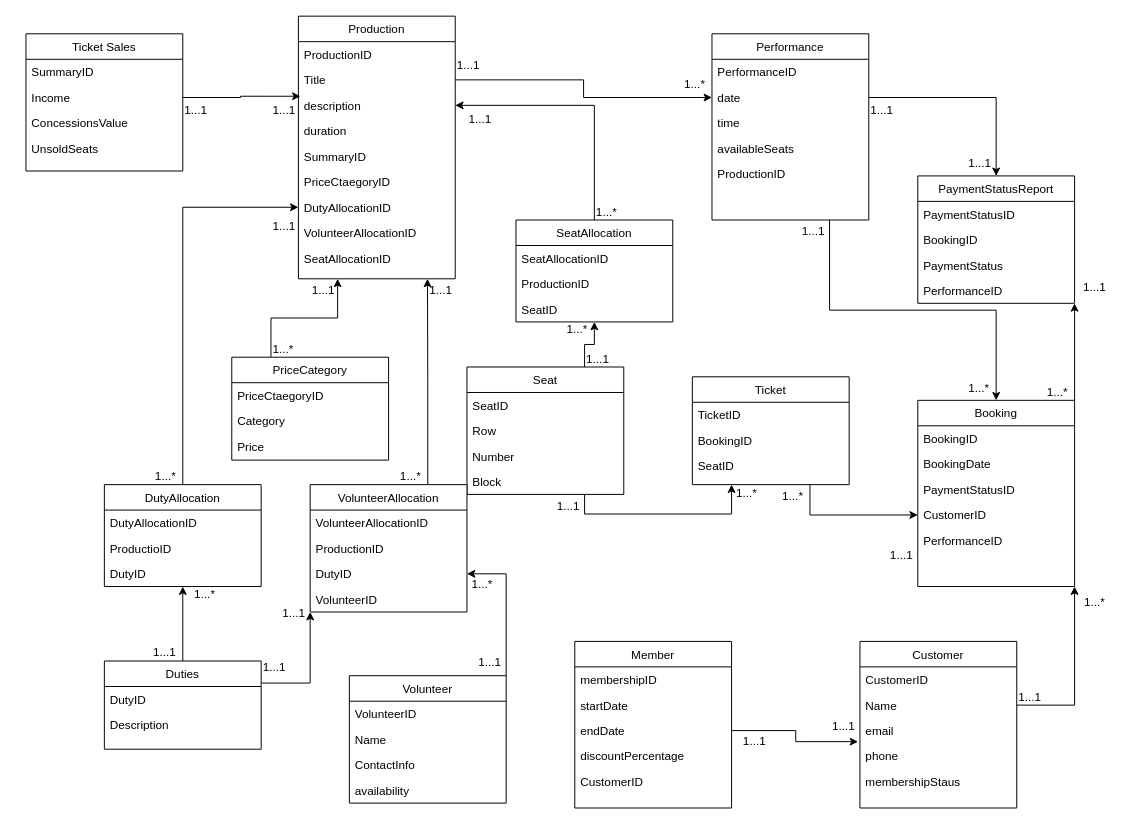
Above: Untitled Diagram.drawio in iamheetp/ecomstore (draw.io), before the change. Source tidied: cells renumbered, new cells numbered last; positions are measured from the earlier drawing's top-left corner, leaving out a move shared by most shapes. Both pictures are drawn from the tidied source at 98%, with x=0, y=0 at pixel (25, 16).
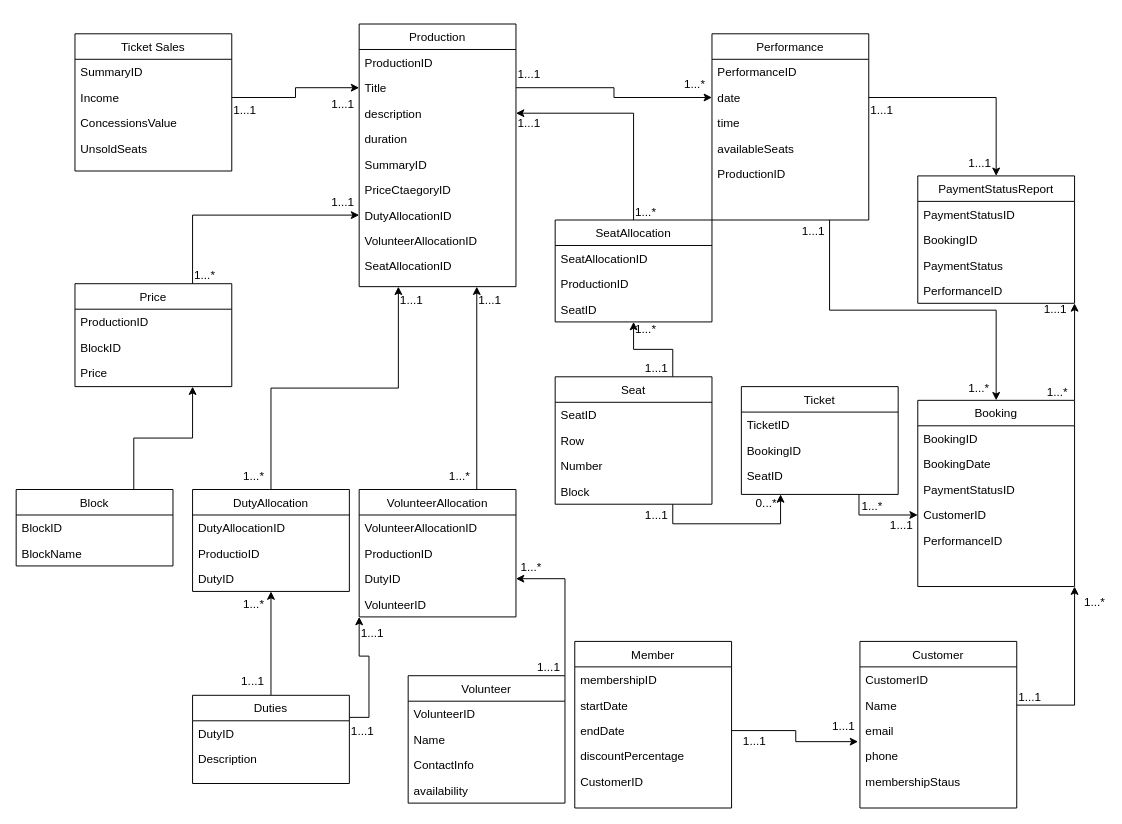
Above is the later version.

The change refers to these unchanged cells:
```xml
<mxCell id="24" value="Title" style="text;align=left;verticalAlign=top;spacingLeft=4;spacingRight=4;overflow=hidden;points=[[0,0.5],[1,0.5]];portConstraint=eastwest;rounded=0;shadow=0;html=0;" parent="22" vertex="1">
  <mxGeometry y="52" width="160" height="26" as="geometry" />
</mxCell>
<mxCell id="25" value="description" style="text;align=left;verticalAlign=top;spacingLeft=4;spacingRight=4;overflow=hidden;points=[[0,0.5],[1,0.5]];portConstraint=eastwest;rounded=0;shadow=0;html=0;" parent="22" vertex="1">
  <mxGeometry y="78" width="160" height="26" as="geometry" />
</mxCell>
<mxCell id="29" value="DutyAllocationID" style="text;align=left;verticalAlign=top;spacingLeft=4;spacingRight=4;overflow=hidden;points=[[0,0.5],[1,0.5]];portConstraint=eastwest;rounded=0;shadow=0;html=0;" parent="22" vertex="1">
  <mxGeometry y="182" width="160" height="26" as="geometry" />
</mxCell>
<mxCell id="51" value="Income" style="text;align=left;verticalAlign=top;spacingLeft=4;spacingRight=4;overflow=hidden;points=[[0,0.5],[1,0.5]];portConstraint=eastwest;rounded=0;shadow=0;html=0;" parent="49" vertex="1">
  <mxGeometry y="52" width="160" height="26" as="geometry" />
</mxCell>
```

Change to the diagram source:
```diff
@@
     <mxCell id="4" value="Seat" style="swimlane;fontStyle=0;align=center;verticalAlign=top;horizontal=1;startSize=26;rounded=0;shadow=0;strokeWidth=1;" parent="1" vertex="1">
-      <mxGeometry x="450" y="358" width="160" height="130" as="geometry" />
+      <mxGeometry x="540" y="368" width="160" height="130" as="geometry" />
     </mxCell>
@@
     <mxCell id="10" value="Volunteer" style="swimlane;fontStyle=0;align=center;verticalAlign=top;horizontal=1;startSize=26;rounded=0;shadow=0;strokeWidth=1;" parent="1" vertex="1">
-      <mxGeometry x="330" y="673" width="160" height="130" as="geometry" />
+      <mxGeometry x="390" y="673" width="160" height="130" as="geometry" />
     </mxCell>
@@
     <mxCell id="22" value="Production" style="swimlane;fontStyle=0;align=center;verticalAlign=top;horizontal=1;startSize=26;rounded=0;shadow=0;strokeWidth=1;" parent="1" vertex="1">
-      <mxGeometry x="278" width="160" height="268" as="geometry" />
+      <mxGeometry x="340" y="8" width="160" height="268" as="geometry" />
     </mxCell>
@@
     <mxCell id="40" value="1...1" style="align=left;verticalAlign=bottom;labelBackgroundColor=none;fontSize=12;" parent="1" vertex="1">
-      <mxGeometry x="438" y="58" as="geometry" />
+      <mxGeometry x="500" y="68" as="geometry" />
     </mxCell>
@@
     <mxCell id="46" value="Duties" style="swimlane;fontStyle=0;align=center;verticalAlign=top;horizontal=1;startSize=26;rounded=0;shadow=0;strokeWidth=1;" parent="1" vertex="1">
-      <mxGeometry x="80" y="658" width="160" height="90" as="geometry" />
+      <mxGeometry x="170" y="693" width="160" height="90" as="geometry" />
     </mxCell>
@@
     <mxCell id="49" value="Ticket Sales" style="swimlane;fontStyle=0;align=center;verticalAlign=top;horizontal=1;startSize=26;rounded=0;shadow=0;strokeWidth=1;" parent="1" vertex="1">
-      <mxGeometry y="18" width="160" height="140" as="geometry" />
+      <mxGeometry x="50" y="18" width="160" height="140" as="geometry" />
     </mxCell>
@@
     <mxCell id="54" value="1...1" style="align=left;verticalAlign=bottom;labelBackgroundColor=none;fontSize=12;rotation=0;" parent="1" vertex="1">
-      <mxGeometry x="160" y="104" as="geometry" />
+      <mxGeometry x="210" y="104" as="geometry" />
     </mxCell>
     <mxCell id="55" value="1...1" style="align=left;verticalAlign=bottom;labelBackgroundColor=none;fontSize=12;rotation=0;" parent="1" vertex="1">
-      <mxGeometry x="250" y="104" as="geometry" />
+      <mxGeometry x="310" y="98" as="geometry" />
     </mxCell>
-    <mxCell id="56" style="edgeStyle=orthogonalEdgeStyle;rounded=0;jettySize=auto;html=1;exitX=0.75;exitY=0;exitDx=0;exitDy=0;" parent="1" edge="1" source="57">
-      <mxGeometry relative="1" as="geometry">
-        <mxPoint x="409.7" y="268" as="targetPoint" />
-      </mxGeometry>
+    <mxCell id="56" style="edgeStyle=orthogonalEdgeStyle;rounded=0;jettySize=auto;html=1;exitX=0.75;exitY=0;exitDx=0;exitDy=0;entryX=0.75;entryY=1;entryDx=0;entryDy=0;" parent="1" edge="1" source="57" target="22">
+      <mxGeometry relative="1" as="geometry" />
     </mxCell>
     <mxCell id="57" value="VolunteerAllocation" style="swimlane;fontStyle=0;align=center;verticalAlign=top;horizontal=1;startSize=26;rounded=0;shadow=0;strokeWidth=1;" parent="1" vertex="1">
-      <mxGeometry x="290" y="478" width="160" height="130" as="geometry" />
+      <mxGeometry x="340" y="483" width="160" height="130" as="geometry" />
     </mxCell>
@@
     <mxCell id="62" value="1...*" style="align=left;verticalAlign=bottom;labelBackgroundColor=none;fontSize=12;" parent="1" vertex="1">
-      <mxGeometry x="380" y="478" as="geometry" />
+      <mxGeometry x="430" y="478" as="geometry" />
     </mxCell>
     <mxCell id="63" value="1...1" style="align=left;verticalAlign=bottom;labelBackgroundColor=none;fontSize=12;" parent="1" vertex="1">
-      <mxGeometry x="410" y="288" as="geometry" />
+      <mxGeometry x="460" y="298" as="geometry" />
     </mxCell>
     <mxCell id="64" value="1...*" style="align=left;verticalAlign=bottom;labelBackgroundColor=none;fontSize=12;" parent="1" vertex="1">
-      <mxGeometry x="430" y="458" as="geometry">
+      <mxGeometry x="480" y="440.5" as="geometry">
         <mxPoint x="23" y="130" as="offset" />
       </mxGeometry>
     </mxCell>
     <mxCell id="65" value="1...1" style="align=left;verticalAlign=bottom;labelBackgroundColor=none;fontSize=12;" parent="1" vertex="1">
-      <mxGeometry x="460" y="668" as="geometry" />
+      <mxGeometry x="520" y="673" as="geometry" />
     </mxCell>
-    <mxCell id="66" value="1...1" style="align=left;verticalAlign=bottom;labelBackgroundColor=none;fontSize=12;" parent="1" vertex="1">
-      <mxGeometry x="260" y="618" as="geometry" />
-    </mxCell>
     <mxCell id="67" value="1...1" style="align=left;verticalAlign=bottom;labelBackgroundColor=none;fontSize=12;" parent="1" vertex="1">
-      <mxGeometry x="240" y="673" as="geometry" />
+      <mxGeometry x="330" y="738" as="geometry" />
     </mxCell>
@@
     <mxCell id="81" value="Ticket" style="swimlane;fontStyle=0;align=center;verticalAlign=top;horizontal=1;startSize=26;rounded=0;shadow=0;strokeWidth=1;" parent="1" vertex="1">
-      <mxGeometry x="680" y="368" width="160" height="110" as="geometry" />
+      <mxGeometry x="730" y="378" width="160" height="110" as="geometry" />
     </mxCell>
@@
-    <mxCell id="86" value="1...*" style="align=left;verticalAlign=bottom;labelBackgroundColor=none;fontSize=12;rotation=0;" parent="1" vertex="1">
-      <mxGeometry x="250" y="348" as="geometry" />
-    </mxCell>
-    <mxCell id="87" value="1...1" style="align=left;verticalAlign=bottom;labelBackgroundColor=none;fontSize=12;" parent="1" vertex="1">
-      <mxGeometry x="290" y="288" as="geometry" />
-    </mxCell>
-    <mxCell id="88" style="edgeStyle=orthogonalEdgeStyle;rounded=0;jettySize=auto;html=1;exitX=0.25;exitY=0;exitDx=0;exitDy=0;entryX=0.25;entryY=1;entryDx=0;entryDy=0;" parent="1" edge="1" source="89" target="22">
-      <mxGeometry relative="1" as="geometry" />
-    </mxCell>
-    <mxCell id="89" value="PriceCategory" style="swimlane;fontStyle=0;align=center;verticalAlign=top;horizontal=1;startSize=26;rounded=0;shadow=0;strokeWidth=1;" parent="1" vertex="1">
-      <mxGeometry x="210" y="348" width="160" height="105" as="geometry" />
-    </mxCell>
-    <mxCell id="90" value="PriceCtaegoryID" style="text;align=left;verticalAlign=top;spacingLeft=4;spacingRight=4;overflow=hidden;" parent="89" vertex="1">
-      <mxGeometry y="26" width="160" height="26" as="geometry" />
-    </mxCell>
-    <mxCell id="91" value="Category" style="text;align=left;verticalAlign=top;spacingLeft=4;spacingRight=4;overflow=hidden;rounded=0;shadow=0;html=0;" parent="89" vertex="1">
-      <mxGeometry y="52" width="160" height="26" as="geometry" />
-    </mxCell>
-    <mxCell id="92" value="Price" style="text;align=left;verticalAlign=top;spacingLeft=4;spacingRight=4;overflow=hidden;rounded=0;shadow=0;html=0;" parent="89" vertex="1">
-      <mxGeometry y="78" width="160" height="26" as="geometry" />
-    </mxCell>
     <mxCell id="93" value="1...*" style="align=left;verticalAlign=bottom;labelBackgroundColor=none;fontSize=12;" parent="1" vertex="1">
-      <mxGeometry x="580" y="208" as="geometry" />
+      <mxGeometry x="620" y="208" as="geometry" />
     </mxCell>
     <mxCell id="94" value="1...*" style="align=left;verticalAlign=bottom;labelBackgroundColor=none;fontSize=12;" parent="1" vertex="1">
-      <mxGeometry x="550" y="328" as="geometry" />
+      <mxGeometry x="620" y="328" as="geometry" />
     </mxCell>
-    <mxCell id="95" style="edgeStyle=orthogonalEdgeStyle;rounded=0;jettySize=auto;html=1;exitX=0.5;exitY=0;exitDx=0;exitDy=0;entryX=0;entryY=0.5;entryDx=0;entryDy=0;" parent="1" edge="1" source="96" target="29">
+    <mxCell id="95" style="edgeStyle=orthogonalEdgeStyle;rounded=0;jettySize=auto;html=1;exitX=0.5;exitY=0;exitDx=0;exitDy=0;entryX=0.25;entryY=1;entryDx=0;entryDy=0;" parent="1" edge="1" source="96" target="22">
       <mxGeometry relative="1" as="geometry" />
     </mxCell>
     <mxCell id="96" value="DutyAllocation" style="swimlane;fontStyle=0;align=center;verticalAlign=top;horizontal=1;startSize=26;rounded=0;shadow=0;strokeWidth=1;" parent="1" vertex="1">
-      <mxGeometry x="80" y="478" width="160" height="104" as="geometry" />
+      <mxGeometry x="170" y="483" width="160" height="104" as="geometry" />
     </mxCell>
@@
     <mxCell id="101" value="SeatAllocation" style="swimlane;fontStyle=0;align=center;verticalAlign=top;horizontal=1;startSize=26;rounded=0;shadow=0;strokeWidth=1;" parent="1" vertex="1">
-      <mxGeometry x="500" y="208" width="160" height="104" as="geometry" />
+      <mxGeometry x="540" y="208" width="160" height="104" as="geometry" />
     </mxCell>
@@
     <mxCell id="105" value="1...1" style="align=left;verticalAlign=bottom;labelBackgroundColor=none;fontSize=12;" parent="1" vertex="1">
-      <mxGeometry x="450" y="113" as="geometry" />
+      <mxGeometry x="500" y="118" as="geometry" />
     </mxCell>
     <mxCell id="106" value="1...1" style="align=left;verticalAlign=bottom;labelBackgroundColor=none;fontSize=12;" parent="1" vertex="1">
-      <mxGeometry x="570" y="358" as="geometry" />
+      <mxGeometry x="630" y="368" as="geometry" />
     </mxCell>
-    <mxCell id="107" style="edgeStyle=orthogonalEdgeStyle;rounded=0;jettySize=auto;html=1;exitX=1;exitY=0.5;exitDx=0;exitDy=0;entryX=0.013;entryY=0.143;entryDx=0;entryDy=0;entryPerimeter=0;" parent="1" edge="1" source="51" target="25">
+    <mxCell id="107" style="edgeStyle=orthogonalEdgeStyle;rounded=0;jettySize=auto;html=1;exitX=1;exitY=0.5;exitDx=0;exitDy=0;entryX=0;entryY=0.5;entryDx=0;entryDy=0;" parent="1" edge="1" source="51" target="24">
       <mxGeometry relative="1" as="geometry" />
     </mxCell>
@@
     <mxCell id="117" value="1...*" style="align=left;verticalAlign=bottom;labelBackgroundColor=none;fontSize=12;" parent="1" vertex="1">
-      <mxGeometry x="130" y="478" as="geometry" />
+      <mxGeometry x="220" y="478" as="geometry" />
     </mxCell>
     <mxCell id="118" value="1...*" style="align=left;verticalAlign=bottom;labelBackgroundColor=none;fontSize=12;" parent="1" vertex="1">
-      <mxGeometry x="170" y="598" as="geometry" />
+      <mxGeometry x="220" y="608" as="geometry" />
     </mxCell>
     <mxCell id="119" value="1...1" style="align=left;verticalAlign=bottom;labelBackgroundColor=none;fontSize=12;" parent="1" vertex="1">
-      <mxGeometry x="250" y="223" as="geometry" />
+      <mxGeometry x="380" y="298" as="geometry" />
     </mxCell>
     <mxCell id="120" value="1...1" style="align=left;verticalAlign=bottom;labelBackgroundColor=none;fontSize=12;" parent="1" vertex="1">
-      <mxGeometry x="640" y="478" as="geometry">
+      <mxGeometry x="730" y="508" as="geometry">
         <mxPoint x="-512" y="179" as="offset" />
       </mxGeometry>
     </mxCell>
@@
     <mxCell id="124" value="1...1" style="align=left;verticalAlign=bottom;labelBackgroundColor=none;fontSize=12;" parent="1" vertex="1">
-      <mxGeometry x="910" y="238" as="geometry">
+      <mxGeometry x="870" y="260" as="geometry">
         <mxPoint x="167" y="47" as="offset" />
       </mxGeometry>
     </mxCell>
@@
-    <mxCell id="127" value="1...*" style="align=left;verticalAlign=bottom;labelBackgroundColor=none;fontSize=12;" parent="1" vertex="1">
-      <mxGeometry x="560" y="338" as="geometry">
+    <mxCell id="127" value="0...*" style="align=left;verticalAlign=bottom;labelBackgroundColor=none;fontSize=12;" parent="1" vertex="1">
+      <mxGeometry x="580" y="348" as="geometry">
         <mxPoint x="163" y="157" as="offset" />
       </mxGeometry>
     </mxCell>
     <mxCell id="128" value="1...1" style="align=left;verticalAlign=bottom;labelBackgroundColor=none;fontSize=12;" parent="1" vertex="1">
-      <mxGeometry x="540" y="508" as="geometry" />
+      <mxGeometry x="630" y="518" as="geometry" />
     </mxCell>
     <mxCell id="129" value="1...*" style="align=left;verticalAlign=bottom;labelBackgroundColor=none;fontSize=12;" parent="1" vertex="1">
-      <mxGeometry x="770" y="498" as="geometry" />
+      <mxGeometry x="851" y="508" as="geometry" />
     </mxCell>
     <mxCell id="130" value="1...1" style="align=left;verticalAlign=bottom;labelBackgroundColor=none;fontSize=12;" parent="1" vertex="1">
-      <mxGeometry x="880" y="558" as="geometry" />
+      <mxGeometry x="880" y="528" as="geometry" />
     </mxCell>
+    <mxCell id="131" style="edgeStyle=orthogonalEdgeStyle;rounded=0;jettySize=auto;html=1;exitX=0.75;exitY=0;exitDx=0;exitDy=0;entryX=0;entryY=0.5;entryDx=0;entryDy=0;" parent="1" edge="1" source="132" target="29">
+      <mxGeometry relative="1" as="geometry" />
+    </mxCell>
+    <mxCell id="132" value="Price" style="swimlane;fontStyle=0;align=center;verticalAlign=top;horizontal=1;startSize=26;rounded=0;shadow=0;strokeWidth=1;" parent="1" vertex="1">
+      <mxGeometry x="50" y="273" width="160" height="105" as="geometry" />
+    </mxCell>
+    <mxCell id="133" value="ProductionID" style="text;align=left;verticalAlign=top;spacingLeft=4;spacingRight=4;overflow=hidden;" parent="132" vertex="1">
+      <mxGeometry y="26" width="160" height="26" as="geometry" />
+    </mxCell>
+    <mxCell id="134" value="BlockID" style="text;align=left;verticalAlign=top;spacingLeft=4;spacingRight=4;overflow=hidden;rounded=0;shadow=0;html=0;" parent="132" vertex="1">
+      <mxGeometry y="52" width="160" height="26" as="geometry" />
+    </mxCell>
+    <mxCell id="92" value="Price" style="text;align=left;verticalAlign=top;spacingLeft=4;spacingRight=4;overflow=hidden;rounded=0;shadow=0;html=0;" parent="132" vertex="1">
+      <mxGeometry y="78" width="160" height="26" as="geometry" />
+    </mxCell>
+    <mxCell id="135" style="edgeStyle=orthogonalEdgeStyle;rounded=0;jettySize=auto;html=1;exitX=0.75;exitY=0;exitDx=0;exitDy=0;entryX=0.75;entryY=1;entryDx=0;entryDy=0;" parent="1" edge="1" source="136" target="132">
+      <mxGeometry relative="1" as="geometry" />
+    </mxCell>
+    <mxCell id="136" value="Block" style="swimlane;fontStyle=0;align=center;verticalAlign=top;horizontal=1;startSize=26;rounded=0;shadow=0;strokeWidth=1;" parent="1" vertex="1">
+      <mxGeometry x="-10" y="483" width="160" height="78" as="geometry" />
+    </mxCell>
+    <mxCell id="137" value="BlockID" style="text;align=left;verticalAlign=top;spacingLeft=4;spacingRight=4;overflow=hidden;" parent="136" vertex="1">
+      <mxGeometry y="26" width="160" height="26" as="geometry" />
+    </mxCell>
+    <mxCell id="138" value="BlockName" style="text;align=left;verticalAlign=top;spacingLeft=4;spacingRight=4;overflow=hidden;rounded=0;shadow=0;html=0;" parent="136" vertex="1">
+      <mxGeometry y="52" width="160" height="26" as="geometry" />
+    </mxCell>
+    <mxCell id="66" value="1...1" style="align=left;verticalAlign=bottom;labelBackgroundColor=none;fontSize=12;" parent="1" vertex="1">
+      <mxGeometry x="340" y="638" width="160" as="geometry" />
+    </mxCell>
+    <mxCell id="87" value="1...1" style="align=left;verticalAlign=bottom;labelBackgroundColor=none;fontSize=12;rotation=0;" parent="1" vertex="1">
+      <mxGeometry x="310" y="198" as="geometry" />
+    </mxCell>
+    <mxCell id="86" value="1...*" style="align=left;verticalAlign=bottom;labelBackgroundColor=none;fontSize=12;" parent="1" vertex="1">
+      <mxGeometry x="170" y="273" as="geometry" />
+    </mxCell>
```
